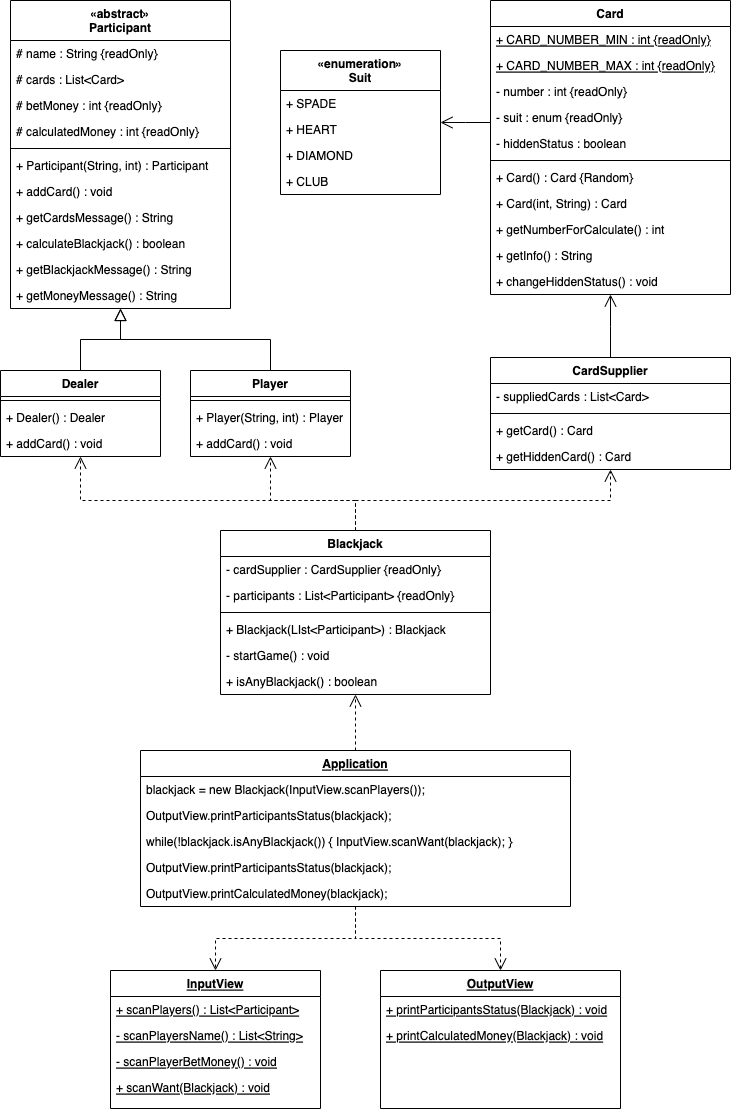
The draw.io diagram DiagramBlackjack.drawio.png in muttjimmypark/java-blackjack-playground, before a commit. Source tidied: cells renumbered, new cells last; positions are measured from the earlier drawing's top-left corner, leaving out a move shared by most shapes.
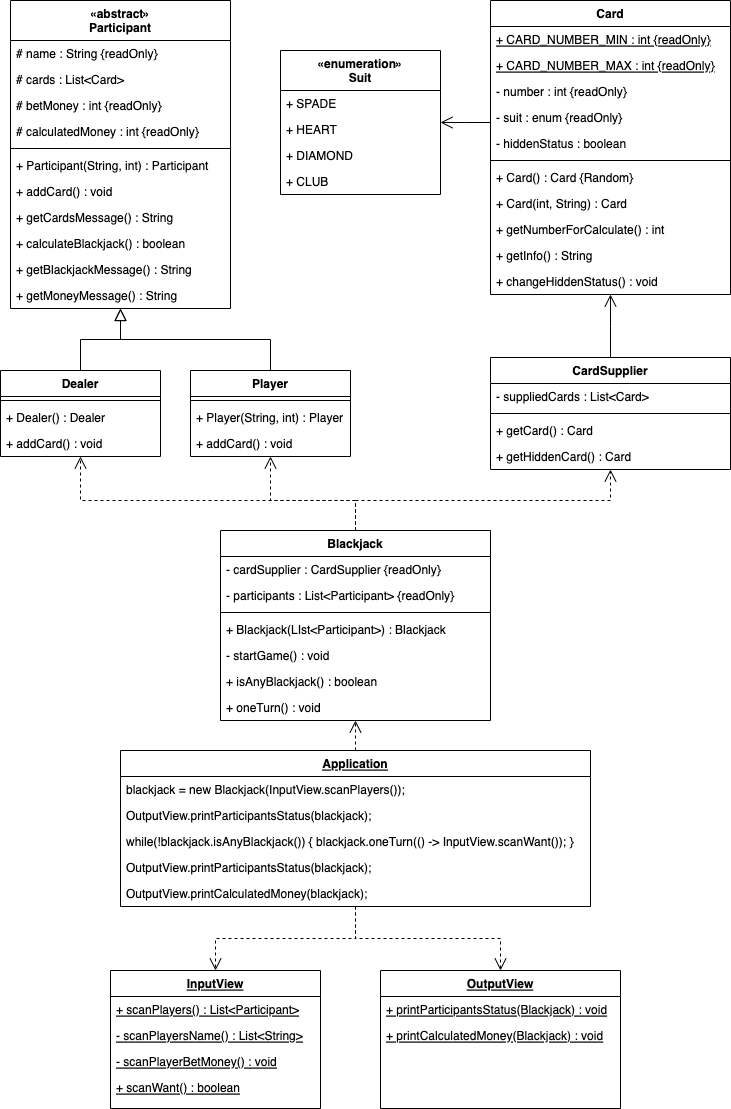
The same diagram one commit later.

Diff of the diagram source:
```diff
@@ -120,7 +120,7 @@
       <mxGeometry y="86" width="240" height="26" as="geometry" />
     </mxCell>
     <mxCell id="41" value="Blackjack" style="swimlane;fontStyle=1;align=center;verticalAlign=top;horizontal=1;startSize=26;rounded=0;shadow=0;strokeWidth=1;" parent="1" vertex="1">
-      <mxGeometry x="220" y="530" width="270" height="164" as="geometry" />
+      <mxGeometry x="220" y="530" width="270" height="190" as="geometry" />
     </mxCell>
     <mxCell id="42" value="- cardSupplier : CardSupplier {readOnly}" style="text;align=left;verticalAlign=top;spacingLeft=4;spacingRight=4;overflow=hidden;rounded=0;shadow=0;html=0;" parent="41" vertex="1">
       <mxGeometry y="26" width="270" height="26" as="geometry" />
@@ -140,23 +140,26 @@
     <mxCell id="47" value="+ isAnyBlackjack() : boolean" style="text;align=left;verticalAlign=top;spacingLeft=4;spacingRight=4;overflow=hidden;" parent="41" vertex="1">
       <mxGeometry y="138" width="270" height="26" as="geometry" />
     </mxCell>
+    <mxCell id="75" value="+ oneTurn() : void" style="text;align=left;verticalAlign=top;spacingLeft=4;spacingRight=4;overflow=hidden;" parent="41" vertex="1">
+      <mxGeometry y="164" width="270" height="26" as="geometry" />
+    </mxCell>
     <mxCell id="48" value="Application" style="swimlane;fontStyle=5;align=center;verticalAlign=top;horizontal=1;startSize=26;rounded=0;shadow=0;strokeWidth=1;" parent="1" vertex="1">
-      <mxGeometry x="140" y="750" width="430" height="156" as="geometry" />
+      <mxGeometry x="120" y="750" width="470" height="156" as="geometry" />
     </mxCell>
     <mxCell id="49" value="blackjack = new Blackjack(InputView.scanPlayers());" style="text;align=left;verticalAlign=top;spacingLeft=4;spacingRight=4;overflow=hidden;" parent="48" vertex="1">
-      <mxGeometry y="26" width="430" height="26" as="geometry" />
+      <mxGeometry y="26" width="470" height="26" as="geometry" />
     </mxCell>
     <mxCell id="50" value="OutputView.printParticipantsStatus(blackjack);" style="text;align=left;verticalAlign=top;spacingLeft=4;spacingRight=4;overflow=hidden;" parent="48" vertex="1">
-      <mxGeometry y="52" width="430" height="26" as="geometry" />
+      <mxGeometry y="52" width="470" height="26" as="geometry" />
     </mxCell>
-    <mxCell id="51" value="while(!blackjack.isAnyBlackjack()) { InputView.scanWant(blackjack); }" style="text;align=left;verticalAlign=top;spacingLeft=4;spacingRight=4;overflow=hidden;" parent="48" vertex="1">
-      <mxGeometry y="78" width="430" height="26" as="geometry" />
+    <mxCell id="51" value="while(!blackjack.isAnyBlackjack()) { blackjack.oneTurn(() -&gt; InputView.scanWant()); }" style="text;align=left;verticalAlign=top;spacingLeft=4;spacingRight=4;overflow=hidden;" parent="48" vertex="1">
+      <mxGeometry y="78" width="470" height="26" as="geometry" />
     </mxCell>
     <mxCell id="52" value="OutputView.printParticipantsStatus(blackjack);" style="text;align=left;verticalAlign=top;spacingLeft=4;spacingRight=4;overflow=hidden;" parent="48" vertex="1">
-      <mxGeometry y="104" width="430" height="26" as="geometry" />
+      <mxGeometry y="104" width="470" height="26" as="geometry" />
     </mxCell>
     <mxCell id="53" value="OutputView.printCalculatedMoney(blackjack);" style="text;align=left;verticalAlign=top;spacingLeft=4;spacingRight=4;overflow=hidden;" parent="48" vertex="1">
-      <mxGeometry y="130" width="430" height="26" as="geometry" />
+      <mxGeometry y="130" width="470" height="26" as="geometry" />
     </mxCell>
     <mxCell id="54" value="InputView" style="swimlane;fontStyle=5;align=center;verticalAlign=top;horizontal=1;startSize=26;rounded=0;shadow=0;strokeWidth=1;" parent="1" vertex="1">
       <mxGeometry x="110" y="970" width="210" height="138" as="geometry" />
@@ -170,7 +173,7 @@
     <mxCell id="57" value="- scanPlayerBetMoney() : void" style="text;align=left;verticalAlign=top;spacingLeft=4;spacingRight=4;overflow=hidden;fontStyle=4;" parent="54" vertex="1">
       <mxGeometry y="78" width="210" height="26" as="geometry" />
     </mxCell>
-    <mxCell id="58" value="+ scanWant(Blackjack) : void" style="text;align=left;verticalAlign=top;spacingLeft=4;spacingRight=4;overflow=hidden;fontStyle=4;" parent="54" vertex="1">
+    <mxCell id="58" value="+ scanWant() : boolean" style="text;align=left;verticalAlign=top;spacingLeft=4;spacingRight=4;overflow=hidden;fontStyle=4;" parent="54" vertex="1">
       <mxGeometry y="104" width="210" height="26" as="geometry" />
     </mxCell>
     <mxCell id="59" value="OutputView" style="swimlane;fontStyle=5;align=center;verticalAlign=top;horizontal=1;startSize=26;rounded=0;shadow=0;strokeWidth=1;" parent="1" vertex="1">
```
